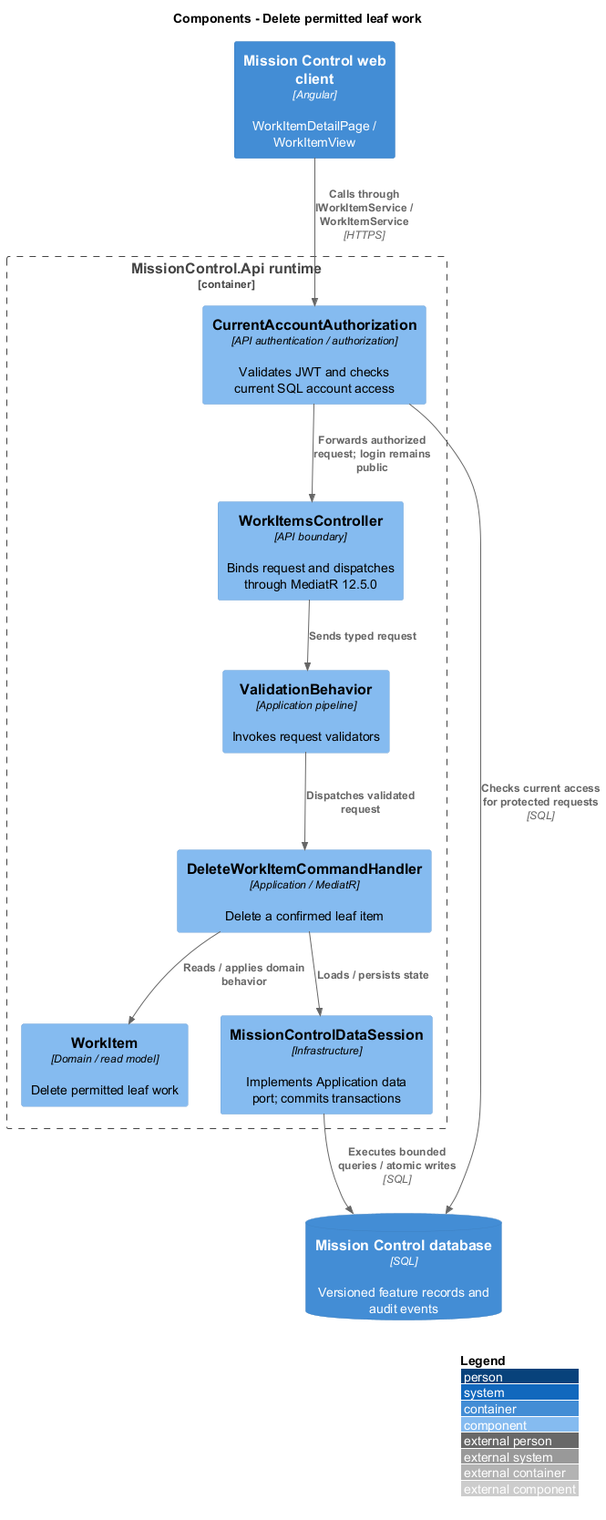
Before: docs/detailed-designs/work/delete-leaf-work/diagrams/c4-component.png, a diagram exported from PlantUML (QuinntyneBrown/mission-control).
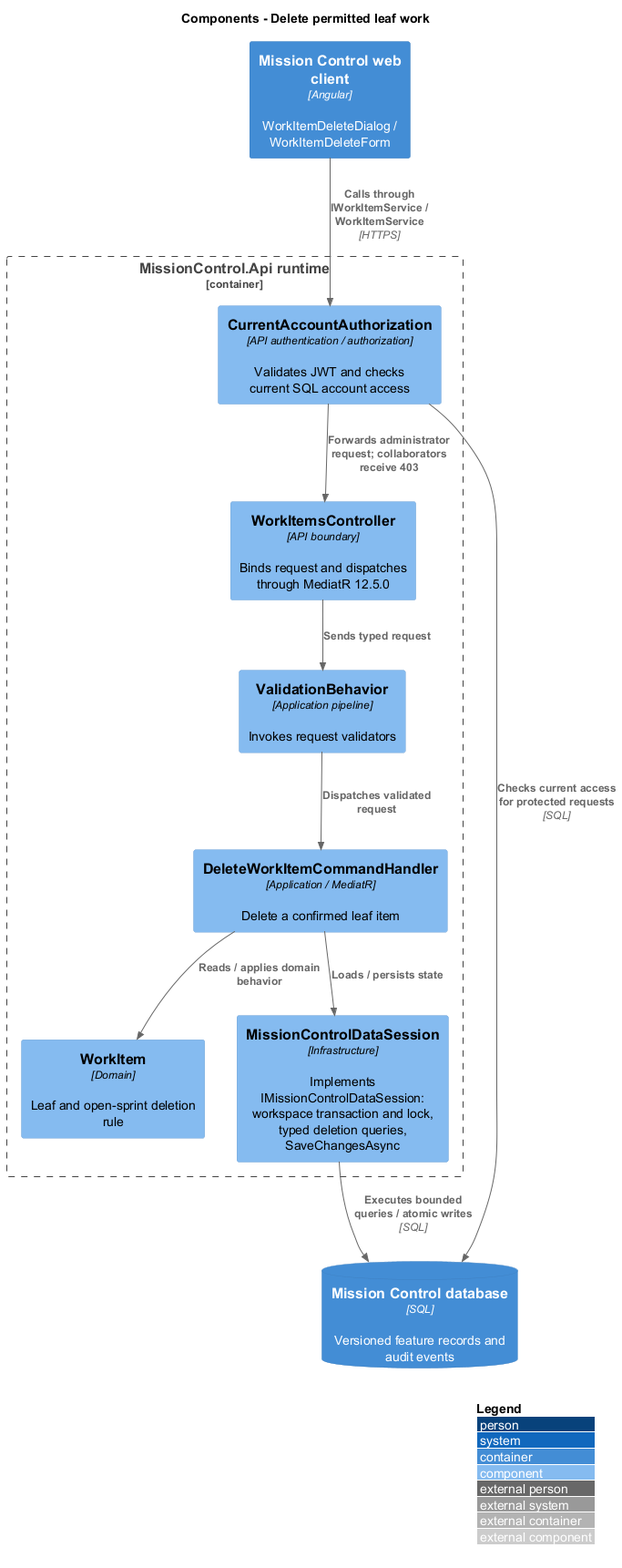
Above is the later version.

Diff of the diagram source:
```diff
@@ -2,17 +2,17 @@
 !include <C4/C4_Component>
 LAYOUT_WITH_LEGEND()
 title Components - Delete permitted leaf work
-Container(web, "Mission Control web client", "Angular", "WorkItemDetailPage / WorkItemView")
+Container(web, "Mission Control web client", "Angular", "WorkItemDeleteDialog / WorkItemDeleteForm")
 ContainerDb(db, "Mission Control database", "SQL", "Versioned feature records and audit events")
 Container_Boundary(api, "MissionControl.Api runtime") {
   Component(ctrl, "WorkItemsController", "API boundary", "Binds request and dispatches through MediatR 12.5.0")
   Component(access, "CurrentAccountAuthorization", "API authentication / authorization", "Validates JWT and checks current SQL account access")
   Component(validation, "ValidationBehavior", "Application pipeline", "Invokes request validators")
-  Component(entity, "WorkItem", "Domain / read model", "Delete permitted leaf work")
-  Component(store, "MissionControlDataSession", "Infrastructure", "Implements Application data port; commits transactions")
+  Component(entity, "WorkItem", "Domain", "Leaf and open-sprint deletion rule")
+  Component(store, "MissionControlDataSession", "Infrastructure", "Implements IMissionControlDataSession: workspace transaction and lock, typed deletion queries, SaveChangesAsync")
 Rel(web, access, "Calls through IWorkItemService / WorkItemService", "HTTPS")
 Rel(access, db, "Checks current access for protected requests", "SQL")
-Rel(access, ctrl, "Forwards authorized request; login remains public")
+Rel(access, ctrl, "Forwards administrator request; collaborators receive 403")
 Rel(ctrl, validation, "Sends typed request")
 Component(h0, "DeleteWorkItemCommandHandler", "Application / MediatR", "Delete a confirmed leaf item")
 Rel(validation, h0, "Dispatches validated request")
```
